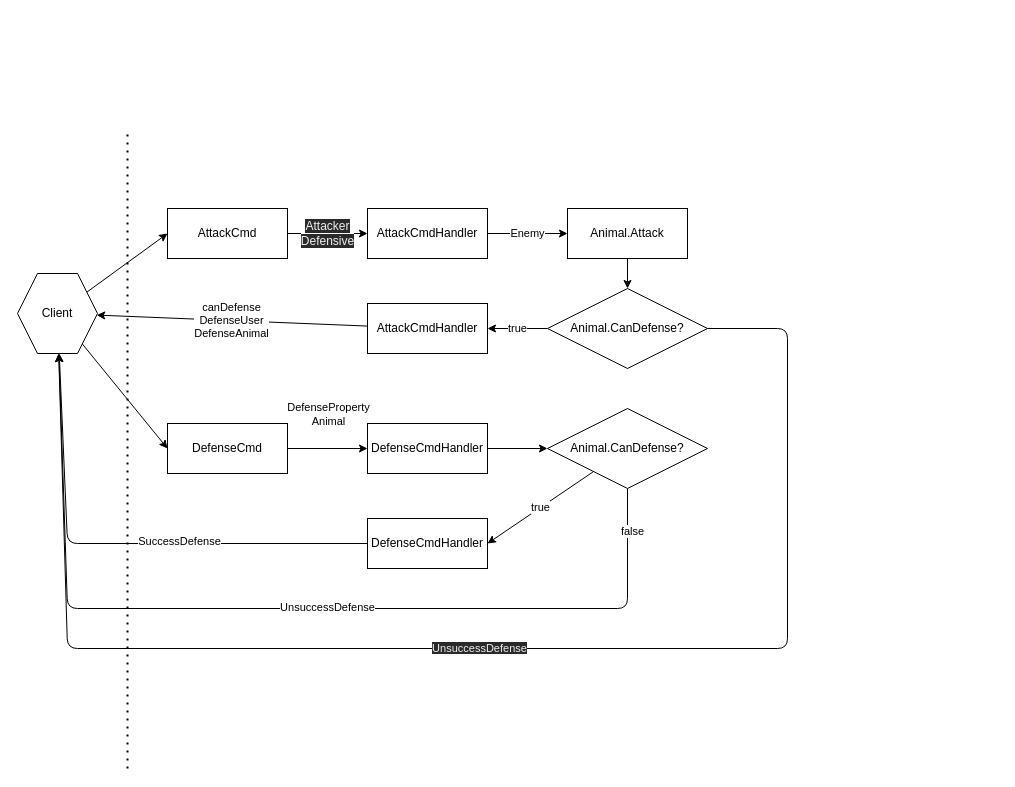
The draw.io diagram Doc/game_logic_scheme.drawio in gorser96/EvolutionGame, before the edit. Source tidied: cells renumbered, new cells numbered last; positions are measured from the earlier drawing's top-left corner, leaving out a move shared by most shapes. Both pictures are drawn from the tidied source at 100%, with x=0, y=0 at pixel (17, 128).
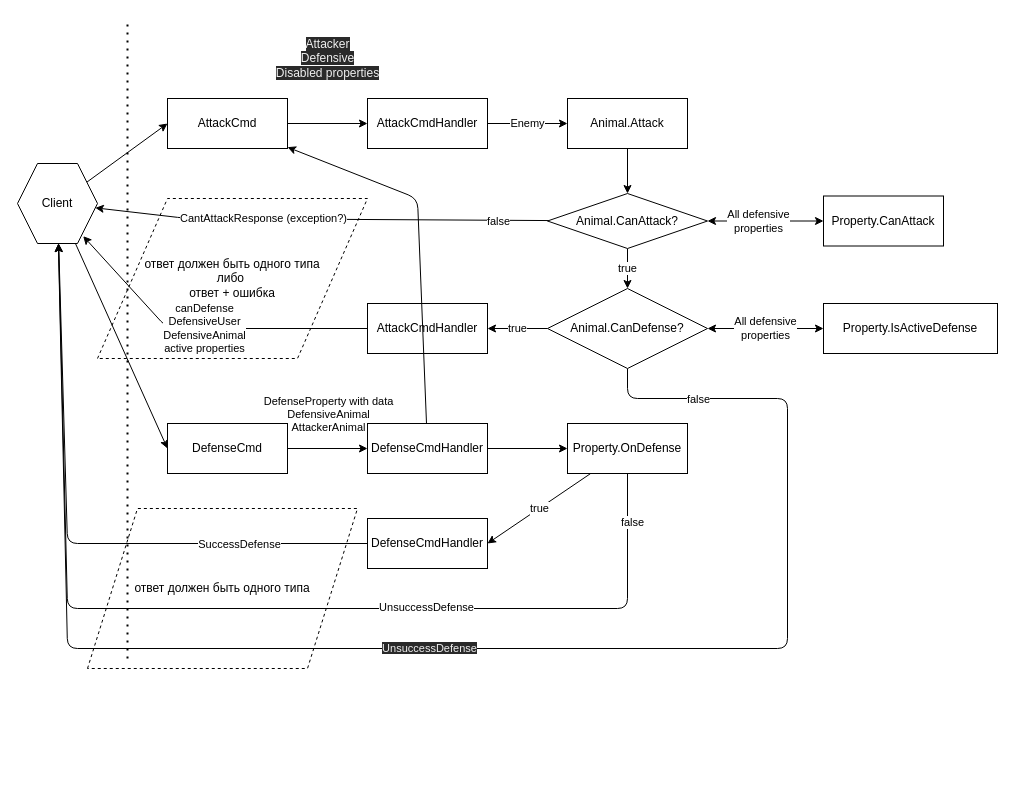
The same diagram, later.

The change refers to these unchanged cells:
```xml
<mxCell id="10" value="&lt;span&gt;Animal.CanDefense?&lt;/span&gt;" style="rhombus;whiteSpace=wrap;html=1;" parent="1" vertex="1">
  <mxGeometry x="530" y="160" width="160" height="80" as="geometry" />
</mxCell>
<mxCell id="12" value="AttackCmdHandler" style="rounded=0;whiteSpace=wrap;html=1;" parent="1" vertex="1">
  <mxGeometry x="350" y="175" width="120" height="50" as="geometry" />
</mxCell>
<mxCell id="17" style="edgeStyle=none;html=1;" parent="1" edge="1" source="19" target="21">
  <mxGeometry relative="1" as="geometry" />
</mxCell>
<mxCell id="21" value="DefenseCmdHandler" style="rounded=0;whiteSpace=wrap;html=1;" parent="1" vertex="1">
  <mxGeometry x="350" y="295" width="120" height="50" as="geometry" />
</mxCell>
<mxCell id="27" style="edgeStyle=none;html=1;exitX=0;exitY=0.5;exitDx=0;exitDy=0;" parent="1" edge="1" source="29" target="16">
  <mxGeometry relative="1" as="geometry">
    <Array as="points">
      <mxPoint x="50" y="415" />
    </Array>
  </mxGeometry>
</mxCell>
<mxCell id="29" value="DefenseCmdHandler" style="rounded=0;whiteSpace=wrap;html=1;" parent="1" vertex="1">
  <mxGeometry x="350" y="390" width="120" height="50" as="geometry" />
</mxCell>
```

Change to the diagram source:
```diff
@@
-    <mxCell id="2" value="&lt;span style=&quot;color: rgb(240 , 240 , 240) ; font-size: 12px ; font-style: normal ; font-weight: 400 ; letter-spacing: normal ; text-indent: 0px ; text-transform: none ; word-spacing: 0px ; font-family: &amp;#34;helvetica&amp;#34; ; text-align: center ; background-color: rgb(42 , 42 , 42) ; display: inline ; float: none&quot;&gt;Attacker&lt;/span&gt;&lt;br style=&quot;color: rgb(240 , 240 , 240) ; font-size: 12px ; font-style: normal ; font-weight: 400 ; letter-spacing: normal ; text-indent: 0px ; text-transform: none ; word-spacing: 0px ; font-family: &amp;#34;helvetica&amp;#34; ; text-align: center ; background-color: rgb(42 , 42 , 42)&quot;&gt;&lt;span style=&quot;color: rgb(240 , 240 , 240) ; font-size: 12px ; font-style: normal ; font-weight: 400 ; letter-spacing: normal ; text-indent: 0px ; text-transform: none ; word-spacing: 0px ; font-family: &amp;#34;helvetica&amp;#34; ; text-align: center ; background-color: rgb(42 , 42 , 42) ; display: inline ; float: none&quot;&gt;Defensive&lt;/span&gt;" style="edgeStyle=none;html=1;entryX=0;entryY=0.5;entryDx=0;entryDy=0;" parent="1" edge="1" source="3" target="5">
-      <mxGeometry relative="1" as="geometry" />
+    <mxCell id="2" value="&lt;span style=&quot;color: rgb(240 , 240 , 240) ; font-size: 12px ; font-style: normal ; font-weight: 400 ; letter-spacing: normal ; text-indent: 0px ; text-transform: none ; word-spacing: 0px ; font-family: &amp;#34;helvetica&amp;#34; ; text-align: center ; background-color: rgb(42 , 42 , 42) ; display: inline ; float: none&quot;&gt;Attacker&lt;/span&gt;&lt;br style=&quot;color: rgb(240 , 240 , 240) ; font-size: 12px ; font-style: normal ; font-weight: 400 ; letter-spacing: normal ; text-indent: 0px ; text-transform: none ; word-spacing: 0px ; font-family: &amp;#34;helvetica&amp;#34; ; text-align: center ; background-color: rgb(42 , 42 , 42)&quot;&gt;&lt;span style=&quot;color: rgb(240 , 240 , 240) ; font-size: 12px ; font-style: normal ; font-weight: 400 ; letter-spacing: normal ; text-indent: 0px ; text-transform: none ; word-spacing: 0px ; font-family: &amp;#34;helvetica&amp;#34; ; text-align: center ; background-color: rgb(42 , 42 , 42) ; display: inline ; float: none&quot;&gt;Defensive&lt;br&gt;Disabled properties&lt;br&gt;&lt;/span&gt;" style="edgeStyle=none;html=1;entryX=0;entryY=0.5;entryDx=0;entryDy=0;" parent="1" edge="1" source="3" target="5">
+      <mxGeometry y="65" relative="1" as="geometry" />
     </mxCell>
+    <mxCell id="30" value="ответ должен быть одного типа&lt;br&gt;либо&amp;nbsp;&lt;br&gt;ответ + ошибка" style="shape=parallelogram;perimeter=parallelogramPerimeter;whiteSpace=wrap;html=1;fixedSize=1;fillColor=none;dashed=1;size=70;" parent="1" vertex="1">
+      <mxGeometry x="80" y="70" width="270" height="160" as="geometry" />
+    </mxCell>
     <mxCell id="3" value="AttackCmd" style="rounded=0;whiteSpace=wrap;html=1;" parent="1" vertex="1">
-      <mxGeometry x="150" y="80" width="120" height="50" as="geometry" />
+      <mxGeometry x="150" y="-30" width="120" height="50" as="geometry" />
     </mxCell>
@@
     <mxCell id="5" value="AttackCmdHandler" style="rounded=0;whiteSpace=wrap;html=1;" parent="1" vertex="1">
-      <mxGeometry x="350" y="80" width="120" height="50" as="geometry" />
+      <mxGeometry x="350" y="-30" width="120" height="50" as="geometry" />
     </mxCell>
-    <mxCell id="6" style="edgeStyle=none;html=1;" parent="1" edge="1" source="7" target="10">
-      <mxGeometry relative="1" as="geometry" />
-    </mxCell>
+    <mxCell id="31" style="edgeStyle=none;html=1;entryX=0.5;entryY=0;entryDx=0;entryDy=0;" parent="1" edge="1" source="7" target="41">
+      <mxGeometry relative="1" as="geometry" />
+    </mxCell>
     <mxCell id="7" value="Animal.Attack" style="rounded=0;whiteSpace=wrap;html=1;" parent="1" vertex="1">
-      <mxGeometry x="550" y="80" width="120" height="50" as="geometry" />
+      <mxGeometry x="550" y="-30" width="120" height="50" as="geometry" />
     </mxCell>
@@
-    <mxCell id="9" value="&lt;span style=&quot;color: rgb(240 , 240 , 240) ; font-family: &amp;#34;helvetica&amp;#34; ; font-size: 11px ; font-style: normal ; font-weight: 400 ; letter-spacing: normal ; text-align: center ; text-indent: 0px ; text-transform: none ; word-spacing: 0px ; background-color: rgb(42 , 42 , 42) ; display: inline ; float: none&quot;&gt;UnsuccessDefense&lt;/span&gt;" style="edgeStyle=none;html=1;" parent="1" edge="1" source="10" target="16">
-      <mxGeometry relative="1" as="geometry">
+    <mxCell id="9" value="&lt;span style=&quot;color: rgb(240 , 240 , 240) ; font-family: &amp;#34;helvetica&amp;#34; ; font-size: 11px ; font-style: normal ; font-weight: 400 ; letter-spacing: normal ; text-align: center ; text-indent: 0px ; text-transform: none ; word-spacing: 0px ; background-color: rgb(42 , 42 , 42) ; display: inline ; float: none&quot;&gt;UnsuccessDefense&lt;/span&gt;" style="edgeStyle=none;html=1;exitX=0.5;exitY=1;exitDx=0;exitDy=0;" parent="1" edge="1" source="10" target="16">
+      <mxGeometry x="0.02" relative="1" as="geometry">
         <Array as="points">
-          <mxPoint x="770" y="200" />
+          <mxPoint x="610" y="270" />
+          <mxPoint x="770" y="270" />
           <mxPoint x="770" y="520" />
           <mxPoint x="50" y="520" />
         </Array>
       </mxGeometry>
     </mxCell>
+    <mxCell id="32" value="false" style="edgeLabel;html=1;align=center;verticalAlign=middle;" parent="9" vertex="1">
+      <mxGeometry x="-0.73" y="-2" relative="1" as="geometry">
+        <mxPoint x="-88" y="-21" as="offset" />
+      </mxGeometry>
+    </mxCell>
+    <mxCell id="33" value="All defensive&lt;br&gt;properties" style="edgeStyle=none;html=1;startArrow=classic;startFill=1;" parent="1" edge="1" source="10" target="44">
+      <mxGeometry relative="1" as="geometry" />
+    </mxCell>
@@
-    <mxCell id="11" value="canDefense&lt;br&gt;DefenseUser&lt;br&gt;DefenseAnimal" style="edgeStyle=none;html=1;" parent="1" edge="1" source="12" target="16">
-      <mxGeometry relative="1" as="geometry" />
+    <mxCell id="11" value="canDefense&lt;br&gt;DefensiveUser&lt;br&gt;DefensiveAnimal&lt;br&gt;active properties" style="edgeStyle=none;html=1;entryX=0.821;entryY=0.908;entryDx=0;entryDy=0;entryPerimeter=0;" parent="1" edge="1" source="12" target="16">
+      <mxGeometry relative="1" as="geometry">
+        <Array as="points">
+          <mxPoint x="150" y="200" />
+        </Array>
+      </mxGeometry>
     </mxCell>
@@
     <mxCell id="13" style="endArrow=none;dashed=1;html=1;dashPattern=1 3;strokeWidth=2;" parent="1" edge="1">
       <mxGeometry relative="1" as="geometry">
-        <mxPoint x="110" y="640" as="sourcePoint" />
-        <mxPoint x="110" as="targetPoint" />
+        <mxPoint x="110" y="530" as="sourcePoint" />
+        <mxPoint x="110" y="-110" as="targetPoint" />
       </mxGeometry>
     </mxCell>
@@
     <mxCell id="16" value="Client" style="shape=hexagon;perimeter=hexagonPerimeter2;whiteSpace=wrap;html=1;fixedSize=1;" parent="1" vertex="1">
-      <mxGeometry y="145" width="80" height="80" as="geometry" />
+      <mxGeometry y="35" width="80" height="80" as="geometry" />
     </mxCell>
@@
-    <mxCell id="18" value="DefenseProperty&lt;br&gt;Animal" style="edgeLabel;html=1;align=center;verticalAlign=middle;" parent="17" vertex="1">
+    <mxCell id="18" value="DefenseProperty with data&lt;br&gt;DefensiveAnimal&lt;br&gt;AttackerAnimal" style="edgeLabel;html=1;align=center;verticalAlign=middle;" parent="17" vertex="1">
       <mxGeometry x="-0.3" y="3" relative="1" as="geometry">
         <mxPoint x="12" y="-32" as="offset" />
       </mxGeometry>
     </mxCell>
@@
-    <mxCell id="20" style="edgeStyle=none;html=1;" parent="1" edge="1" source="21" target="26">
+    <mxCell id="20" style="edgeStyle=none;html=1;entryX=0;entryY=0.5;entryDx=0;entryDy=0;" parent="1" edge="1" source="21" target="42">
       <mxGeometry relative="1" as="geometry" />
     </mxCell>
+    <mxCell id="34" style="edgeStyle=none;html=1;startArrow=none;startFill=0;" parent="1" edge="1" source="21" target="3">
+      <mxGeometry relative="1" as="geometry">
+        <Array as="points">
+          <mxPoint x="400" y="70" />
+        </Array>
+      </mxGeometry>
+    </mxCell>
@@
-    <mxCell id="22" value="true" style="edgeStyle=none;html=1;entryX=1;entryY=0.5;entryDx=0;entryDy=0;" parent="1" edge="1" source="26" target="29">
+    <mxCell id="22" value="true" style="edgeStyle=none;html=1;entryX=1;entryY=0.5;entryDx=0;entryDy=0;" parent="1" edge="1" source="42" target="29">
       <mxGeometry relative="1" as="geometry" />
     </mxCell>
-    <mxCell id="23" style="edgeStyle=none;html=1;" parent="1" edge="1" source="26" target="16">
+    <mxCell id="23" style="edgeStyle=none;html=1;" parent="1" edge="1" source="42" target="16">
       <mxGeometry relative="1" as="geometry">
         <Array as="points">
           <mxPoint x="610" y="480" />
           <mxPoint x="50" y="480" />
         </Array>
       </mxGeometry>
     </mxCell>
     <mxCell id="24" value="UnsuccessDefense" style="edgeLabel;html=1;align=center;verticalAlign=middle;" parent="23" vertex="1">
-      <mxGeometry x="-0.1" y="-2" relative="1" as="geometry" />
+      <mxGeometry x="-0.1" y="-2" relative="1" as="geometry">
+        <mxPoint x="140" as="offset" />
+      </mxGeometry>
     </mxCell>
@@
-    <mxCell id="26" value="&lt;span&gt;Animal.CanDefense?&lt;/span&gt;" style="rhombus;whiteSpace=wrap;html=1;" parent="1" vertex="1">
-      <mxGeometry x="530" y="280" width="160" height="80" as="geometry" />
-    </mxCell>
@@
     <mxCell id="28" value="SuccessDefense" style="edgeLabel;html=1;align=center;verticalAlign=middle;" parent="27" vertex="1">
-      <mxGeometry x="-0.23" y="-3" relative="1" as="geometry" />
+      <mxGeometry x="-0.23" y="-3" relative="1" as="geometry">
+        <mxPoint x="102" y="3" as="offset" />
+      </mxGeometry>
     </mxCell>
@@
+    <mxCell id="35" style="edgeStyle=none;html=1;" parent="1" edge="1" source="41" target="16">
+      <mxGeometry relative="1" as="geometry">
+        <Array as="points">
+          <mxPoint x="170" y="90" />
+        </Array>
+      </mxGeometry>
+    </mxCell>
+    <mxCell id="36" value="false" style="edgeLabel;html=1;align=center;verticalAlign=middle;" parent="35" vertex="1">
+      <mxGeometry x="-0.3" relative="1" as="geometry">
+        <mxPoint x="108" y="1" as="offset" />
+      </mxGeometry>
+    </mxCell>
+    <mxCell id="37" value="CantAttackResponse (exception?)" style="edgeLabel;html=1;align=center;verticalAlign=middle;" parent="35" vertex="1">
+      <mxGeometry x="0.26" y="-1" relative="1" as="geometry" />
+    </mxCell>
+    <mxCell id="38" value="true" style="edgeStyle=none;html=1;" parent="1" edge="1" source="41" target="10">
+      <mxGeometry relative="1" as="geometry" />
+    </mxCell>
+    <mxCell id="39" style="edgeStyle=none;html=1;startArrow=classic;startFill=1;" parent="1" edge="1" source="41" target="43">
+      <mxGeometry relative="1" as="geometry" />
+    </mxCell>
+    <mxCell id="40" value="All defensive&lt;br&gt;properties" style="edgeLabel;html=1;align=center;verticalAlign=middle;" parent="39" vertex="1">
+      <mxGeometry x="-0.24" y="1" relative="1" as="geometry">
+        <mxPoint x="6" y="1" as="offset" />
+      </mxGeometry>
+    </mxCell>
+    <mxCell id="41" value="&lt;span&gt;Animal.CanAttack?&lt;/span&gt;" style="rhombus;whiteSpace=wrap;html=1;" parent="1" vertex="1">
+      <mxGeometry x="530" y="65" width="160" height="55" as="geometry" />
+    </mxCell>
+    <mxCell id="42" value="Property.OnDefense" style="rounded=0;whiteSpace=wrap;html=1;" parent="1" vertex="1">
+      <mxGeometry x="550" y="295" width="120" height="50" as="geometry" />
+    </mxCell>
+    <mxCell id="43" value="Property.CanAttack" style="rounded=0;whiteSpace=wrap;html=1;" parent="1" vertex="1">
+      <mxGeometry x="806" y="67.5" width="120" height="50" as="geometry" />
+    </mxCell>
+    <mxCell id="44" value="Property.IsActiveDefense" style="rounded=0;whiteSpace=wrap;html=1;" parent="1" vertex="1">
+      <mxGeometry x="806" y="175" width="174" height="50" as="geometry" />
+    </mxCell>
+    <mxCell id="45" value="ответ должен быть одного типа" style="shape=parallelogram;perimeter=parallelogramPerimeter;whiteSpace=wrap;html=1;fixedSize=1;fillColor=none;dashed=1;size=50;" parent="1" vertex="1">
+      <mxGeometry x="70" y="380" width="270" height="160" as="geometry" />
+    </mxCell>
```
